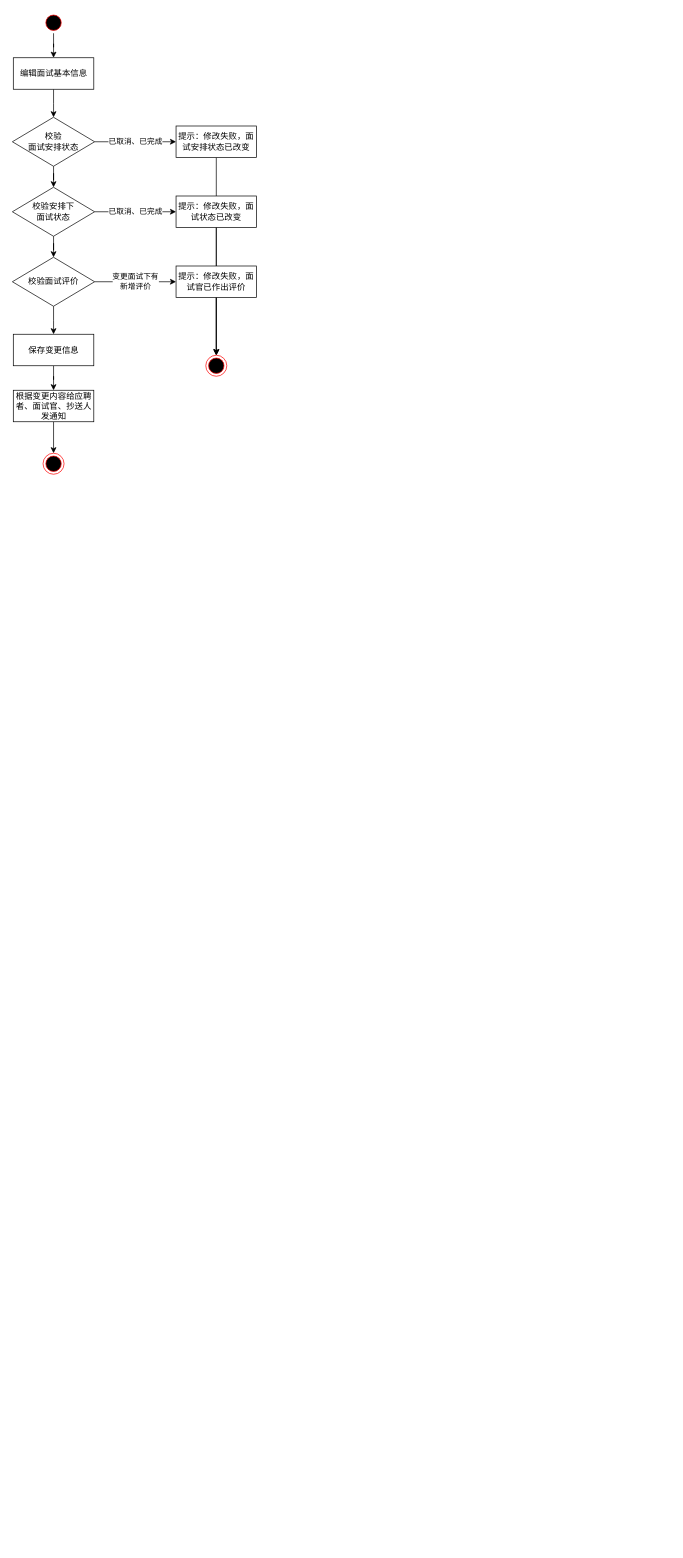
Earlier version of the draw.io diagram Untitled Diagram.drawio (mozhu33/Diagrams). Source tidied: cells renumbered, new cells numbered last; positions are measured from the earlier drawing's top-left corner, leaving out a move shared by most shapes. Both pictures are drawn from the tidied source at 70%, with x=0, y=0 at pixel (12, 12).
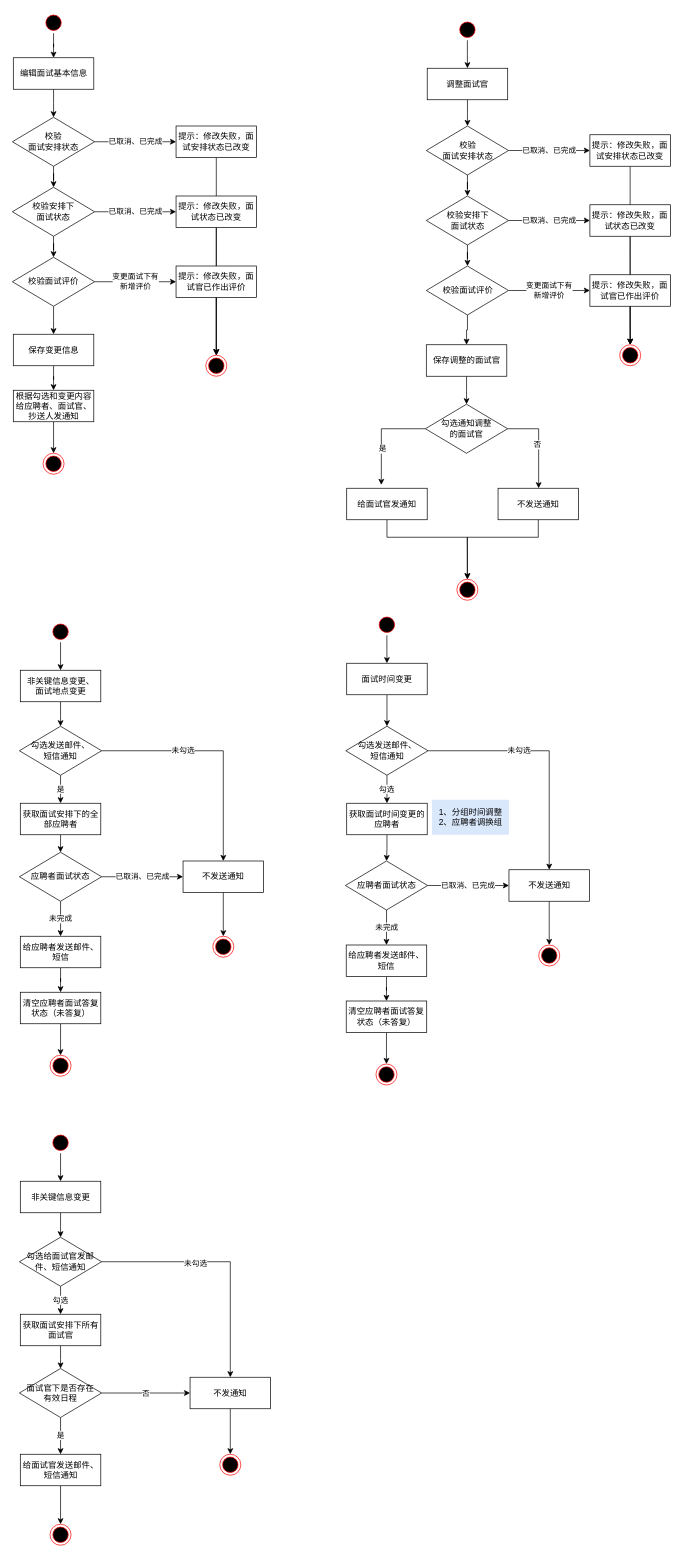
After the change.

Change to the diagram source:
```diff
@@
-    <mxCell id="7" value="根据变更内容给应聘者、面试官、抄送人发通知" style="rounded=0;whiteSpace=wrap;html=1;" parent="1" vertex="1">
+    <mxCell id="7" value="根据勾选和变更内容给应聘者、面试官、抄送人发通知" style="rounded=0;whiteSpace=wrap;html=1;" parent="1" vertex="1">
       <mxGeometry x="1.5" y="540" width="115" height="45" as="geometry" />
     </mxCell>
@@
+    <mxCell id="27" style="edgeStyle=orthogonalEdgeStyle;rounded=0;jettySize=auto;html=1;" parent="1" edge="1" source="28" target="30">
+      <mxGeometry relative="1" as="geometry" />
+    </mxCell>
+    <mxCell id="28" style="ellipse;html=1;shape=startState;fillColor=#000000;strokeColor=#ff0000;" parent="1" vertex="1">
+      <mxGeometry x="635.2" y="10" width="30" height="30" as="geometry" />
+    </mxCell>
+    <mxCell id="29" style="edgeStyle=orthogonalEdgeStyle;rounded=0;jettySize=auto;html=1;" parent="1" edge="1" source="30" target="33">
+      <mxGeometry relative="1" as="geometry" />
+    </mxCell>
+    <mxCell id="30" value="调整面试官" style="rounded=0;whiteSpace=wrap;html=1;" parent="1" vertex="1">
+      <mxGeometry x="592.8" y="80" width="115" height="45" as="geometry" />
+    </mxCell>
+    <mxCell id="31" style="edgeStyle=orthogonalEdgeStyle;rounded=0;jettySize=auto;html=1;" parent="1" edge="1" source="33" target="36">
+      <mxGeometry relative="1" as="geometry" />
+    </mxCell>
+    <mxCell id="32" value="已取消、已完成" style="edgeStyle=orthogonalEdgeStyle;rounded=0;jettySize=auto;html=1;" parent="1" edge="1" source="33" target="41">
+      <mxGeometry relative="1" as="geometry">
+        <Array as="points">
+          <mxPoint x="765.2" y="197.5" />
+          <mxPoint x="765.2" y="197.5" />
+        </Array>
+      </mxGeometry>
+    </mxCell>
+    <mxCell id="33" value="校验&lt;br&gt;面试安排状态" style="rhombus;whiteSpace=wrap;html=1;" parent="1" vertex="1">
+      <mxGeometry x="591.5" y="162.5" width="117.5" height="70" as="geometry" />
+    </mxCell>
+    <mxCell id="34" value="已取消、已完成" style="edgeStyle=orthogonalEdgeStyle;rounded=0;jettySize=auto;html=1;" parent="1" edge="1" source="36" target="43">
+      <mxGeometry relative="1" as="geometry" />
+    </mxCell>
+    <mxCell id="35" style="edgeStyle=orthogonalEdgeStyle;rounded=0;jettySize=auto;html=1;" parent="1" edge="1" source="36" target="39">
+      <mxGeometry relative="1" as="geometry" />
+    </mxCell>
+    <mxCell id="36" value="校验安排下&lt;br&gt;面试状态" style="rhombus;whiteSpace=wrap;html=1;" parent="1" vertex="1">
+      <mxGeometry x="591.5" y="262.5" width="117.5" height="70" as="geometry" />
+    </mxCell>
+    <mxCell id="37" value="变更面试下有&lt;br&gt;新增评价" style="edgeStyle=orthogonalEdgeStyle;rounded=0;jettySize=auto;html=1;" parent="1" edge="1" source="39" target="45">
+      <mxGeometry relative="1" as="geometry" />
+    </mxCell>
+    <mxCell id="38" style="edgeStyle=orthogonalEdgeStyle;rounded=0;jettySize=auto;html=1;" parent="1" edge="1" source="39" target="48">
+      <mxGeometry relative="1" as="geometry" />
+    </mxCell>
+    <mxCell id="39" value="校验面试评价" style="rhombus;whiteSpace=wrap;html=1;" parent="1" vertex="1">
+      <mxGeometry x="591.5" y="362.5" width="117.5" height="70" as="geometry" />
+    </mxCell>
+    <mxCell id="40" style="edgeStyle=orthogonalEdgeStyle;rounded=0;jettySize=auto;html=1;entryX=0.5;entryY=0;entryDx=0;entryDy=0;" parent="1" edge="1" source="41" target="46">
+      <mxGeometry relative="1" as="geometry" />
+    </mxCell>
+    <mxCell id="41" value="提示：修改失败，面试安排状态已改变" style="rounded=0;whiteSpace=wrap;html=1;" parent="1" vertex="1">
+      <mxGeometry x="825.2" y="175" width="115" height="45" as="geometry" />
+    </mxCell>
+    <mxCell id="42" style="edgeStyle=orthogonalEdgeStyle;rounded=0;jettySize=auto;html=1;" parent="1" edge="1" source="43" target="46">
+      <mxGeometry relative="1" as="geometry" />
+    </mxCell>
+    <mxCell id="43" value="提示：修改失败，面试状态已改变" style="rounded=0;whiteSpace=wrap;html=1;" parent="1" vertex="1">
+      <mxGeometry x="825.2" y="275" width="115" height="45" as="geometry" />
+    </mxCell>
+    <mxCell id="44" style="edgeStyle=orthogonalEdgeStyle;rounded=0;jettySize=auto;html=1;" parent="1" edge="1" source="45" target="46">
+      <mxGeometry relative="1" as="geometry" />
+    </mxCell>
+    <mxCell id="45" value="提示：修改失败，面试官已作出评价" style="rounded=0;whiteSpace=wrap;html=1;" parent="1" vertex="1">
+      <mxGeometry x="825.2" y="375" width="115" height="45" as="geometry" />
+    </mxCell>
+    <mxCell id="46" style="ellipse;html=1;shape=endState;fillColor=#000000;strokeColor=#ff0000;" parent="1" vertex="1">
+      <mxGeometry x="867.8" y="475" width="30" height="30" as="geometry" />
+    </mxCell>
+    <mxCell id="47" style="edgeStyle=orthogonalEdgeStyle;rounded=0;jettySize=auto;html=1;" parent="1" edge="1" source="48" target="53">
+      <mxGeometry relative="1" as="geometry" />
+    </mxCell>
+    <mxCell id="48" value="保存调整的面试官" style="rounded=0;whiteSpace=wrap;html=1;" parent="1" vertex="1">
+      <mxGeometry x="591.5" y="475" width="115" height="45" as="geometry" />
+    </mxCell>
+    <mxCell id="49" style="edgeStyle=orthogonalEdgeStyle;rounded=0;jettySize=auto;html=1;" parent="1" edge="1" source="53" target="58">
+      <mxGeometry relative="1" as="geometry">
+        <Array as="points">
+          <mxPoint x="752" y="595" />
+        </Array>
+      </mxGeometry>
+    </mxCell>
+    <mxCell id="50" value="否" style="edgeLabel;html=1;align=center;verticalAlign=middle;" parent="49" vertex="1">
+      <mxGeometry x="0.03" y="-3" relative="1" as="geometry" />
+    </mxCell>
+    <mxCell id="51" style="edgeStyle=orthogonalEdgeStyle;rounded=0;jettySize=auto;html=1;entryX=0.43;entryY=-0.107;entryDx=0;entryDy=0;entryPerimeter=0;" parent="1" edge="1" source="53" target="55">
+      <mxGeometry relative="1" as="geometry">
+        <Array as="points">
+          <mxPoint x="527" y="595" />
+        </Array>
+      </mxGeometry>
+    </mxCell>
+    <mxCell id="52" value="是" style="edgeLabel;html=1;align=center;verticalAlign=middle;" parent="51" vertex="1">
+      <mxGeometry x="0.27" y="1" relative="1" as="geometry" />
+    </mxCell>
+    <mxCell id="53" value="勾选通知调整&lt;br&gt;的面试官" style="rhombus;whiteSpace=wrap;html=1;" parent="1" vertex="1">
+      <mxGeometry x="590.2" y="560" width="117.5" height="70" as="geometry" />
+    </mxCell>
+    <mxCell id="54" style="edgeStyle=orthogonalEdgeStyle;rounded=0;jettySize=auto;html=1;entryX=0.5;entryY=0;entryDx=0;entryDy=0;" parent="1" edge="1" source="55" target="56">
+      <mxGeometry relative="1" as="geometry">
+        <Array as="points">
+          <mxPoint x="535" y="750" />
+          <mxPoint x="650" y="750" />
+        </Array>
+      </mxGeometry>
+    </mxCell>
+    <mxCell id="55" value="给面试官发通知" style="rounded=0;whiteSpace=wrap;html=1;" parent="1" vertex="1">
+      <mxGeometry x="477.8" y="680" width="115" height="45" as="geometry" />
+    </mxCell>
+    <mxCell id="56" style="ellipse;html=1;shape=endState;fillColor=#000000;strokeColor=#ff0000;" parent="1" vertex="1">
+      <mxGeometry x="635.2" y="810" width="30" height="30" as="geometry" />
+    </mxCell>
+    <mxCell id="57" style="edgeStyle=orthogonalEdgeStyle;rounded=0;jettySize=auto;html=1;" parent="1" edge="1" source="58" target="56">
+      <mxGeometry relative="1" as="geometry">
+        <Array as="points">
+          <mxPoint x="752" y="750" />
+          <mxPoint x="650" y="750" />
+        </Array>
+      </mxGeometry>
+    </mxCell>
+    <mxCell id="58" value="不发送通知" style="rounded=0;whiteSpace=wrap;html=1;" parent="1" vertex="1">
+      <mxGeometry x="694" y="680" width="115" height="45" as="geometry" />
+    </mxCell>
+    <mxCell id="59" style="edgeStyle=orthogonalEdgeStyle;rounded=0;jettySize=auto;html=1;" parent="1" edge="1" source="60" target="62">
+      <mxGeometry relative="1" as="geometry" />
+    </mxCell>
+    <mxCell id="60" style="ellipse;html=1;shape=startState;fillColor=#000000;strokeColor=#ff0000;" parent="1" vertex="1">
+      <mxGeometry x="54" y="870" width="30" height="30" as="geometry" />
+    </mxCell>
+    <mxCell id="61" style="edgeStyle=orthogonalEdgeStyle;rounded=0;jettySize=auto;html=1;" parent="1" edge="1" source="62" target="73">
+      <mxGeometry relative="1" as="geometry" />
+    </mxCell>
+    <mxCell id="62" value="非关键信息变更、&lt;br&gt;面试地点变更" style="rounded=0;whiteSpace=wrap;html=1;" parent="1" vertex="1">
+      <mxGeometry x="11.5" y="940" width="115" height="45" as="geometry" />
+    </mxCell>
+    <mxCell id="63" style="edgeStyle=orthogonalEdgeStyle;rounded=0;jettySize=auto;html=1;" parent="1" edge="1" source="64" target="67">
+      <mxGeometry relative="1" as="geometry" />
+    </mxCell>
+    <mxCell id="64" value="获取面试安排下的全部应聘者" style="rounded=0;whiteSpace=wrap;html=1;" parent="1" vertex="1">
+      <mxGeometry x="11.5" y="1130" width="115" height="45" as="geometry" />
+    </mxCell>
+    <mxCell id="65" value="未完成" style="edgeStyle=orthogonalEdgeStyle;rounded=0;jettySize=auto;html=1;" parent="1" edge="1" source="67" target="69">
+      <mxGeometry relative="1" as="geometry" />
+    </mxCell>
+    <mxCell id="66" value="已取消、已完成" style="edgeStyle=orthogonalEdgeStyle;rounded=0;jettySize=auto;html=1;" parent="1" edge="1" source="67" target="78">
+      <mxGeometry relative="1" as="geometry" />
+    </mxCell>
+    <mxCell id="67" value="应聘者面试状态" style="rhombus;whiteSpace=wrap;html=1;" parent="1" vertex="1">
+      <mxGeometry x="10.2" y="1200" width="117.5" height="70" as="geometry" />
+    </mxCell>
+    <mxCell id="68" style="edgeStyle=orthogonalEdgeStyle;rounded=0;jettySize=auto;html=1;" parent="1" edge="1" source="69" target="75">
+      <mxGeometry relative="1" as="geometry" />
+    </mxCell>
+    <mxCell id="69" value="给应聘者发送邮件、短信" style="rounded=0;whiteSpace=wrap;html=1;" parent="1" vertex="1">
+      <mxGeometry x="11.5" y="1320" width="115" height="45" as="geometry" />
+    </mxCell>
+    <mxCell id="70" value="是" style="edgeStyle=orthogonalEdgeStyle;rounded=0;jettySize=auto;html=1;" parent="1" edge="1" source="73" target="64">
+      <mxGeometry relative="1" as="geometry" />
+    </mxCell>
+    <mxCell id="71" style="edgeStyle=orthogonalEdgeStyle;rounded=0;jettySize=auto;html=1;" parent="1" edge="1" source="73" target="78">
+      <mxGeometry relative="1" as="geometry" />
+    </mxCell>
+    <mxCell id="72" value="未勾选" style="edgeLabel;html=1;align=center;verticalAlign=middle;" parent="71" vertex="1">
+      <mxGeometry x="-0.3" y="1" relative="1" as="geometry" />
+    </mxCell>
+    <mxCell id="73" value="勾选发送邮件、&lt;br&gt;短信通知" style="rhombus;whiteSpace=wrap;html=1;" parent="1" vertex="1">
+      <mxGeometry x="10.2" y="1020" width="117.5" height="70" as="geometry" />
+    </mxCell>
+    <mxCell id="74" style="edgeStyle=orthogonalEdgeStyle;rounded=0;jettySize=auto;html=1;" parent="1" edge="1" source="75" target="76">
+      <mxGeometry relative="1" as="geometry" />
+    </mxCell>
+    <mxCell id="75" value="清空应聘者面试答复状态（未答复）" style="rounded=0;whiteSpace=wrap;html=1;" parent="1" vertex="1">
+      <mxGeometry x="11.5" y="1400" width="115" height="45" as="geometry" />
+    </mxCell>
+    <mxCell id="76" style="ellipse;html=1;shape=endState;fillColor=#000000;strokeColor=#ff0000;" parent="1" vertex="1">
+      <mxGeometry x="54" y="1490" width="30" height="30" as="geometry" />
+    </mxCell>
+    <mxCell id="77" style="edgeStyle=orthogonalEdgeStyle;rounded=0;jettySize=auto;html=1;" parent="1" edge="1" source="78" target="79">
+      <mxGeometry relative="1" as="geometry" />
+    </mxCell>
+    <mxCell id="78" value="不发送通知" style="rounded=0;whiteSpace=wrap;html=1;" parent="1" vertex="1">
+      <mxGeometry x="244" y="1212.5" width="115" height="45" as="geometry" />
+    </mxCell>
+    <mxCell id="79" style="ellipse;html=1;shape=endState;fillColor=#000000;strokeColor=#ff0000;" parent="1" vertex="1">
+      <mxGeometry x="286.5" y="1320" width="30" height="30" as="geometry" />
+    </mxCell>
+    <mxCell id="80" style="edgeStyle=orthogonalEdgeStyle;rounded=0;jettySize=auto;html=1;" parent="1" edge="1" source="81" target="83">
+      <mxGeometry relative="1" as="geometry" />
+    </mxCell>
+    <mxCell id="81" style="ellipse;html=1;shape=startState;fillColor=#000000;strokeColor=#ff0000;" parent="1" vertex="1">
+      <mxGeometry x="520.2" y="860" width="30" height="30" as="geometry" />
+    </mxCell>
+    <mxCell id="82" style="edgeStyle=orthogonalEdgeStyle;rounded=0;jettySize=auto;html=1;" parent="1" edge="1" source="83" target="87">
+      <mxGeometry relative="1" as="geometry" />
+    </mxCell>
+    <mxCell id="83" value="面试时间变更" style="rounded=0;whiteSpace=wrap;html=1;" parent="1" vertex="1">
+      <mxGeometry x="477.8" y="930" width="115" height="45" as="geometry" />
+    </mxCell>
+    <mxCell id="84" value="勾选" style="edgeStyle=orthogonalEdgeStyle;rounded=0;jettySize=auto;html=1;" parent="1" edge="1" source="87" target="89">
+      <mxGeometry relative="1" as="geometry" />
+    </mxCell>
+    <mxCell id="85" style="edgeStyle=orthogonalEdgeStyle;rounded=0;jettySize=auto;html=1;" parent="1" edge="1" source="87" target="99">
+      <mxGeometry relative="1" as="geometry" />
+    </mxCell>
+    <mxCell id="86" value="未勾选" style="edgeLabel;html=1;align=center;verticalAlign=middle;" parent="85" vertex="1">
+      <mxGeometry x="-0.25" y="1" relative="1" as="geometry" />
+    </mxCell>
+    <mxCell id="87" value="勾选发送邮件、&lt;br&gt;短信通知" style="rhombus;whiteSpace=wrap;html=1;" parent="1" vertex="1">
+      <mxGeometry x="476.5" y="1020" width="117.5" height="70" as="geometry" />
+    </mxCell>
+    <mxCell id="88" style="edgeStyle=orthogonalEdgeStyle;rounded=0;jettySize=auto;html=1;" parent="1" edge="1" source="89" target="92">
+      <mxGeometry relative="1" as="geometry" />
+    </mxCell>
+    <mxCell id="89" value="获取面试时间变更的应聘者" style="rounded=0;whiteSpace=wrap;html=1;" parent="1" vertex="1">
+      <mxGeometry x="477.8" y="1130" width="115" height="45" as="geometry" />
+    </mxCell>
+    <mxCell id="90" value="未完成" style="edgeStyle=orthogonalEdgeStyle;rounded=0;jettySize=auto;html=1;" parent="1" edge="1" source="92" target="94">
+      <mxGeometry relative="1" as="geometry" />
+    </mxCell>
+    <mxCell id="91" value="已取消、已完成" style="edgeStyle=orthogonalEdgeStyle;rounded=0;jettySize=auto;html=1;" parent="1" edge="1" source="92" target="99">
+      <mxGeometry relative="1" as="geometry" />
+    </mxCell>
+    <mxCell id="92" value="应聘者面试状态" style="rhombus;whiteSpace=wrap;html=1;" parent="1" vertex="1">
+      <mxGeometry x="475.9" y="1212.5" width="117.5" height="70" as="geometry" />
+    </mxCell>
+    <mxCell id="93" style="edgeStyle=orthogonalEdgeStyle;rounded=0;jettySize=auto;html=1;" parent="1" edge="1" source="94" target="96">
+      <mxGeometry relative="1" as="geometry" />
+    </mxCell>
+    <mxCell id="94" value="给应聘者发送邮件、短信" style="rounded=0;whiteSpace=wrap;html=1;" parent="1" vertex="1">
+      <mxGeometry x="477.1" y="1332.5" width="115" height="45" as="geometry" />
+    </mxCell>
+    <mxCell id="95" style="edgeStyle=orthogonalEdgeStyle;rounded=0;jettySize=auto;html=1;" parent="1" edge="1" source="96" target="97">
+      <mxGeometry relative="1" as="geometry" />
+    </mxCell>
+    <mxCell id="96" value="清空应聘者面试答复状态（未答复）" style="rounded=0;whiteSpace=wrap;html=1;" parent="1" vertex="1">
+      <mxGeometry x="477.1" y="1412.5" width="115" height="45" as="geometry" />
+    </mxCell>
+    <mxCell id="97" style="ellipse;html=1;shape=endState;fillColor=#000000;strokeColor=#ff0000;" parent="1" vertex="1">
+      <mxGeometry x="519.6" y="1502.5" width="30" height="30" as="geometry" />
+    </mxCell>
+    <mxCell id="98" style="edgeStyle=orthogonalEdgeStyle;rounded=0;jettySize=auto;html=1;" parent="1" edge="1" source="99" target="100">
+      <mxGeometry relative="1" as="geometry" />
+    </mxCell>
+    <mxCell id="99" value="不发送通知" style="rounded=0;whiteSpace=wrap;html=1;" parent="1" vertex="1">
+      <mxGeometry x="709.6" y="1225" width="115" height="45" as="geometry" />
+    </mxCell>
+    <mxCell id="100" style="ellipse;html=1;shape=endState;fillColor=#000000;strokeColor=#ff0000;" parent="1" vertex="1">
+      <mxGeometry x="752.1" y="1332.5" width="30" height="30" as="geometry" />
+    </mxCell>
+    <mxCell id="101" value="1、分组时间调整&lt;br&gt;2、应聘者调换组" style="text;align=center;verticalAlign=middle;rounded=0;fillColor=#dae8fc;whiteSpace=wrap;html=1;" parent="1" vertex="1">
+      <mxGeometry x="599.6" y="1125" width="110" height="50" as="geometry" />
+    </mxCell>
+    <mxCell id="102" style="edgeStyle=orthogonalEdgeStyle;rounded=0;jettySize=auto;html=1;fontColor=#000000;" parent="1" edge="1" source="103" target="105">
+      <mxGeometry relative="1" as="geometry" />
+    </mxCell>
+    <mxCell id="103" style="ellipse;html=1;shape=startState;fillColor=#000000;strokeColor=#ff0000;fontColor=#000000;" parent="1" vertex="1">
+      <mxGeometry x="54" y="1600" width="30" height="30" as="geometry" />
+    </mxCell>
+    <mxCell id="104" style="edgeStyle=orthogonalEdgeStyle;rounded=0;jettySize=auto;html=1;fontColor=#000000;" parent="1" edge="1" source="105" target="109">
+      <mxGeometry relative="1" as="geometry" />
+    </mxCell>
+    <mxCell id="105" value="非关键信息变更" style="rounded=0;whiteSpace=wrap;html=1;" parent="1" vertex="1">
+      <mxGeometry x="11.5" y="1670" width="115" height="45" as="geometry" />
+    </mxCell>
+    <mxCell id="106" value="勾选" style="edgeStyle=orthogonalEdgeStyle;rounded=0;jettySize=auto;html=1;fontColor=#000000;" parent="1" edge="1" source="109" target="111">
+      <mxGeometry relative="1" as="geometry" />
+    </mxCell>
+    <mxCell id="107" style="edgeStyle=orthogonalEdgeStyle;rounded=0;jettySize=auto;html=1;fontColor=#000000;" parent="1" edge="1" source="109" target="118">
+      <mxGeometry relative="1" as="geometry" />
+    </mxCell>
+    <mxCell id="108" value="未勾选" style="edgeLabel;html=1;align=center;verticalAlign=middle;fontColor=#000000;" parent="107" vertex="1">
+      <mxGeometry x="-0.23" y="-2" relative="1" as="geometry" />
+    </mxCell>
+    <mxCell id="109" value="勾选给面试官发邮件、短信通知" style="rhombus;whiteSpace=wrap;html=1;" parent="1" vertex="1">
+      <mxGeometry x="10.2" y="1750" width="117.5" height="70" as="geometry" />
+    </mxCell>
+    <mxCell id="110" style="edgeStyle=orthogonalEdgeStyle;rounded=0;jettySize=auto;html=1;fontColor=#000000;" parent="1" edge="1" source="111" target="114">
+      <mxGeometry relative="1" as="geometry" />
+    </mxCell>
+    <mxCell id="111" value="获取面试安排下所有面试官" style="rounded=0;whiteSpace=wrap;html=1;" parent="1" vertex="1">
+      <mxGeometry x="11.5" y="1860" width="115" height="45" as="geometry" />
+    </mxCell>
+    <mxCell id="112" value="是" style="edgeStyle=orthogonalEdgeStyle;rounded=0;jettySize=auto;html=1;fontColor=#000000;" parent="1" edge="1" source="114" target="116">
+      <mxGeometry relative="1" as="geometry" />
+    </mxCell>
+    <mxCell id="113" value="否" style="edgeStyle=orthogonalEdgeStyle;rounded=0;jettySize=auto;html=1;entryX=0;entryY=0.5;entryDx=0;entryDy=0;fontColor=#000000;" parent="1" edge="1" source="114" target="118">
+      <mxGeometry relative="1" as="geometry" />
+    </mxCell>
+    <mxCell id="114" value="面试官下是否存在&lt;br&gt;有效日程" style="rhombus;whiteSpace=wrap;html=1;" parent="1" vertex="1">
+      <mxGeometry x="10.2" y="1937.5" width="117.5" height="70" as="geometry" />
+    </mxCell>
+    <mxCell id="115" style="edgeStyle=orthogonalEdgeStyle;rounded=0;jettySize=auto;html=1;fontColor=#000000;" parent="1" edge="1" source="116" target="119">
+      <mxGeometry relative="1" as="geometry" />
+    </mxCell>
+    <mxCell id="116" value="给面试官发送邮件、短信通知" style="rounded=0;whiteSpace=wrap;html=1;" parent="1" vertex="1">
+      <mxGeometry x="11.5" y="2060" width="115" height="45" as="geometry" />
+    </mxCell>
+    <mxCell id="117" style="edgeStyle=orthogonalEdgeStyle;rounded=0;jettySize=auto;html=1;fontColor=#000000;" parent="1" edge="1" source="118" target="121">
+      <mxGeometry relative="1" as="geometry" />
+    </mxCell>
+    <mxCell id="118" value="不发通知" style="rounded=0;whiteSpace=wrap;html=1;" parent="1" vertex="1">
+      <mxGeometry x="254" y="1950" width="115" height="45" as="geometry" />
+    </mxCell>
+    <mxCell id="119" style="ellipse;html=1;shape=endState;fillColor=#000000;strokeColor=#ff0000;fontColor=#000000;" parent="1" vertex="1">
+      <mxGeometry x="54" y="2160" width="30" height="30" as="geometry" />
+    </mxCell>
+    <mxCell id="120" style="edgeStyle=orthogonalEdgeStyle;rounded=0;orthogonalLoop=1;jettySize=auto;html=1;exitX=0.5;exitY=1;exitDx=0;exitDy=0;fontColor=#000000;" parent="1" edge="1" source="118" target="118">
+      <mxGeometry relative="1" as="geometry" />
+    </mxCell>
+    <mxCell id="121" style="ellipse;html=1;shape=endState;fillColor=#000000;strokeColor=#ff0000;fontColor=#000000;" parent="1" vertex="1">
+      <mxGeometry x="296.5" y="2060" width="30" height="30" as="geometry" />
+    </mxCell>
```
